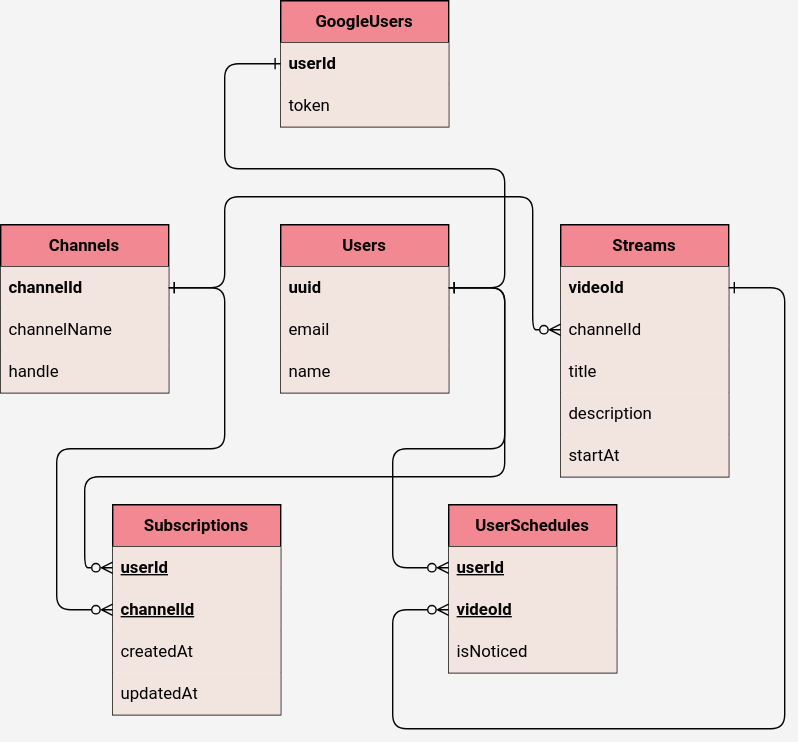
The draw.io diagram database/schema.drawio.svg in hikuohiku/livetable, before a commit. Source tidied: cells renumbered, new cells last; positions are measured from the earlier drawing's top-left corner, leaving out a move shared by most shapes.
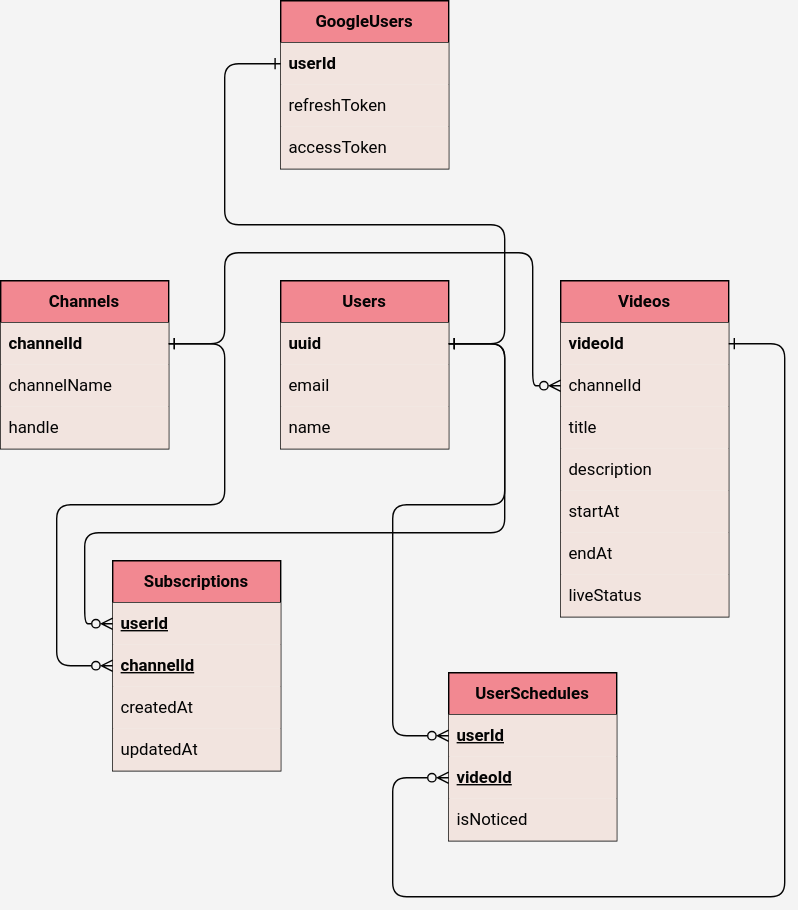
Above is the later version.

Diff of the diagram source:
```diff
@@ -3,14 +3,17 @@
     <mxCell id="0" />
     <mxCell id="1" parent="0" />
     <mxCell id="2" value="&lt;b&gt;GoogleUsers&lt;/b&gt;" style="swimlane;fontStyle=0;horizontal=1;startSize=30;whiteSpace=wrap;html=1;fillColor=#F28891;fontFamily=Roboto ;fontSource=https%3A%2F%2Ffonts.googleapis.com%2Fcss%3Ffamily%3DRoboto%2B;fontColor=#040404;" parent="1" vertex="1">
-      <mxGeometry x="200" width="120" height="90" as="geometry" />
+      <mxGeometry x="200" y="-40" width="120" height="120" as="geometry" />
     </mxCell>
     <mxCell id="3" value="&lt;b&gt;userId&lt;/b&gt;" style="text;strokeColor=none;fillColor=#F2E4DF;align=left;verticalAlign=middle;spacingLeft=4;spacingRight=4;overflow=hidden;points=[[0,0.5],[1,0.5]];portConstraint=eastwest;whiteSpace=wrap;html=1;fontFamily=Roboto ;fontSource=https%3A%2F%2Ffonts.googleapis.com%2Fcss%3Ffamily%3DRoboto%2B;fontStyle=0;fontColor=#040404;" parent="2" vertex="1">
       <mxGeometry y="30" width="120" height="30" as="geometry" />
     </mxCell>
-    <mxCell id="4" value="token" style="text;strokeColor=none;fillColor=#F2E4DF;align=left;verticalAlign=middle;spacingLeft=4;spacingRight=4;overflow=hidden;whiteSpace=wrap;html=1;fontFamily=Roboto ;fontSource=https%3A%2F%2Ffonts.googleapis.com%2Fcss%3Ffamily%3DRoboto%2B;fontStyle=0;fontColor=#040404;" parent="2" vertex="1">
+    <mxCell id="4" value="refreshToken" style="text;strokeColor=none;fillColor=#F2E4DF;align=left;verticalAlign=middle;spacingLeft=4;spacingRight=4;overflow=hidden;whiteSpace=wrap;html=1;fontFamily=Roboto ;fontSource=https%3A%2F%2Ffonts.googleapis.com%2Fcss%3Ffamily%3DRoboto%2B;fontStyle=0;fontColor=#040404;" parent="2" vertex="1">
       <mxGeometry y="60" width="120" height="30" as="geometry" />
     </mxCell>
+    <mxCell id="34" value="accessToken" style="text;strokeColor=none;fillColor=#F2E4DF;align=left;verticalAlign=middle;spacingLeft=4;spacingRight=4;overflow=hidden;whiteSpace=wrap;html=1;fontFamily=Roboto ;fontSource=https%3A%2F%2Ffonts.googleapis.com%2Fcss%3Ffamily%3DRoboto%2B;fontStyle=0;fontColor=#040404;" parent="2" vertex="1">
+      <mxGeometry y="90" width="120" height="30" as="geometry" />
+    </mxCell>
     <mxCell id="5" value="&lt;b&gt;Users&lt;/b&gt;" style="swimlane;fontStyle=0;horizontal=1;startSize=30;whiteSpace=wrap;html=1;fillColor=#F28891;fontFamily=Roboto ;fontSource=https%3A%2F%2Ffonts.googleapis.com%2Fcss%3Ffamily%3DRoboto%2B;fontColor=#040404;" parent="1" vertex="1">
       <mxGeometry x="200" y="160" width="120" height="120" as="geometry" />
     </mxCell>
@@ -50,8 +53,8 @@
     <mxCell id="17" value="updatedAt" style="text;strokeColor=none;fillColor=#F2E4DF;align=left;verticalAlign=middle;spacingLeft=4;spacingRight=4;overflow=hidden;whiteSpace=wrap;html=1;fontFamily=Roboto ;fontSource=https%3A%2F%2Ffonts.googleapis.com%2Fcss%3Ffamily%3DRoboto%2B;fontStyle=0;fontColor=#040404;" parent="13" vertex="1">
       <mxGeometry y="120" width="120" height="30" as="geometry" />
     </mxCell>
-    <mxCell id="18" value="&lt;b&gt;Streams&lt;/b&gt;" style="swimlane;fontStyle=0;horizontal=1;startSize=30;whiteSpace=wrap;html=1;fillColor=#F28891;fontFamily=Roboto ;fontSource=https%3A%2F%2Ffonts.googleapis.com%2Fcss%3Ffamily%3DRoboto%2B;fontColor=#040404;" parent="1" vertex="1">
-      <mxGeometry x="400" y="160" width="120" height="180" as="geometry" />
+    <mxCell id="18" value="&lt;b&gt;Videos&lt;/b&gt;" style="swimlane;fontStyle=0;horizontal=1;startSize=30;whiteSpace=wrap;html=1;fillColor=#F28891;fontFamily=Roboto ;fontSource=https%3A%2F%2Ffonts.googleapis.com%2Fcss%3Ffamily%3DRoboto%2B;fontColor=#040404;" parent="1" vertex="1">
+      <mxGeometry x="400" y="160" width="120" height="240" as="geometry" />
     </mxCell>
     <mxCell id="19" value="&lt;b&gt;videoId&lt;/b&gt;" style="text;strokeColor=none;fillColor=#F2E4DF;align=left;verticalAlign=middle;spacingLeft=4;spacingRight=4;overflow=hidden;points=[[0,0.5],[1,0.5]];portConstraint=eastwest;whiteSpace=wrap;html=1;fontFamily=Roboto ;fontSource=https%3A%2F%2Ffonts.googleapis.com%2Fcss%3Ffamily%3DRoboto%2B;fontStyle=0;fontColor=#040404;" parent="18" vertex="1">
       <mxGeometry y="30" width="120" height="30" as="geometry" />
@@ -68,8 +71,14 @@
     <mxCell id="23" value="startAt" style="text;strokeColor=none;fillColor=#F2E4DF;align=left;verticalAlign=middle;spacingLeft=4;spacingRight=4;overflow=hidden;whiteSpace=wrap;html=1;fontFamily=Roboto ;fontSource=https%3A%2F%2Ffonts.googleapis.com%2Fcss%3Ffamily%3DRoboto%2B;fontStyle=0;fontColor=#040404;" parent="18" vertex="1">
       <mxGeometry y="150" width="120" height="30" as="geometry" />
     </mxCell>
+    <mxCell id="35" value="endAt" style="text;strokeColor=none;fillColor=#F2E4DF;align=left;verticalAlign=middle;spacingLeft=4;spacingRight=4;overflow=hidden;whiteSpace=wrap;html=1;fontFamily=Roboto ;fontSource=https%3A%2F%2Ffonts.googleapis.com%2Fcss%3Ffamily%3DRoboto%2B;fontStyle=0;fontColor=#040404;" parent="18" vertex="1">
+      <mxGeometry y="180" width="120" height="30" as="geometry" />
+    </mxCell>
+    <mxCell id="36" value="liveStatus" style="text;strokeColor=none;fillColor=#F2E4DF;align=left;verticalAlign=middle;spacingLeft=4;spacingRight=4;overflow=hidden;whiteSpace=wrap;html=1;fontFamily=Roboto ;fontSource=https%3A%2F%2Ffonts.googleapis.com%2Fcss%3Ffamily%3DRoboto%2B;fontStyle=0;fontColor=#040404;" parent="18" vertex="1">
+      <mxGeometry y="210" width="120" height="30" as="geometry" />
+    </mxCell>
     <mxCell id="24" value="&lt;b&gt;UserSchedules&lt;/b&gt;" style="swimlane;fontStyle=0;horizontal=1;startSize=30;whiteSpace=wrap;html=1;fillColor=#F28891;fontFamily=Roboto ;fontSource=https%3A%2F%2Ffonts.googleapis.com%2Fcss%3Ffamily%3DRoboto%2B;fontColor=#040404;" parent="1" vertex="1">
-      <mxGeometry x="320" y="360" width="120" height="120" as="geometry" />
+      <mxGeometry x="320" y="440" width="120" height="120" as="geometry" />
     </mxCell>
     <mxCell id="25" value="&lt;b&gt;userId&lt;/b&gt;" style="text;strokeColor=none;fillColor=#F2E4DF;align=left;verticalAlign=middle;spacingLeft=4;spacingRight=4;overflow=hidden;points=[[0,0.5],[1,0.5]];portConstraint=eastwest;whiteSpace=wrap;html=1;fontFamily=Roboto ;fontSource=https%3A%2F%2Ffonts.googleapis.com%2Fcss%3Ffamily%3DRoboto%2B;fontStyle=4;fontColor=#040404;" parent="24" vertex="1">
       <mxGeometry y="30" width="120" height="30" as="geometry" />
@@ -83,7 +92,7 @@
     <mxCell id="28" style="endArrow=ERone;html=1;fontColor=#040404;strokeColor=#040404;strokeWidth=1;entryX=1;entryY=0.5;entryDx=0;entryDy=0;exitX=0;exitY=0.5;exitDx=0;exitDy=0;startArrow=ERone;startFill=0;endFill=0;" parent="1" edge="1" source="3" target="6">
       <mxGeometry relative="1" as="geometry">
         <Array as="points">
-          <mxPoint x="160" y="45" />
+          <mxPoint x="160" y="5" />
           <mxPoint x="160" y="120" />
           <mxPoint x="360" y="120" />
           <mxPoint x="360" y="205" />
@@ -126,16 +135,16 @@
           <mxPoint x="360" y="205" />
           <mxPoint x="360" y="320" />
           <mxPoint x="280" y="320" />
-          <mxPoint x="280" y="405" />
+          <mxPoint x="280" y="485" />
         </Array>
       </mxGeometry>
     </mxCell>
     <mxCell id="33" style="endArrow=ERone;html=1;strokeColor=#040404;strokeWidth=1;fontColor=#040404;entryX=1;entryY=0.5;entryDx=0;entryDy=0;exitX=0;exitY=0.5;exitDx=0;exitDy=0;startArrow=ERzeroToMany;startFill=0;endFill=0;" parent="1" edge="1" source="26" target="19">
       <mxGeometry relative="1" as="geometry">
         <Array as="points">
-          <mxPoint x="280" y="435" />
-          <mxPoint x="280" y="520" />
-          <mxPoint x="560" y="520" />
+          <mxPoint x="280" y="515" />
+          <mxPoint x="280" y="600" />
+          <mxPoint x="560" y="600" />
           <mxPoint x="560" y="205" />
         </Array>
       </mxGeometry>
```
